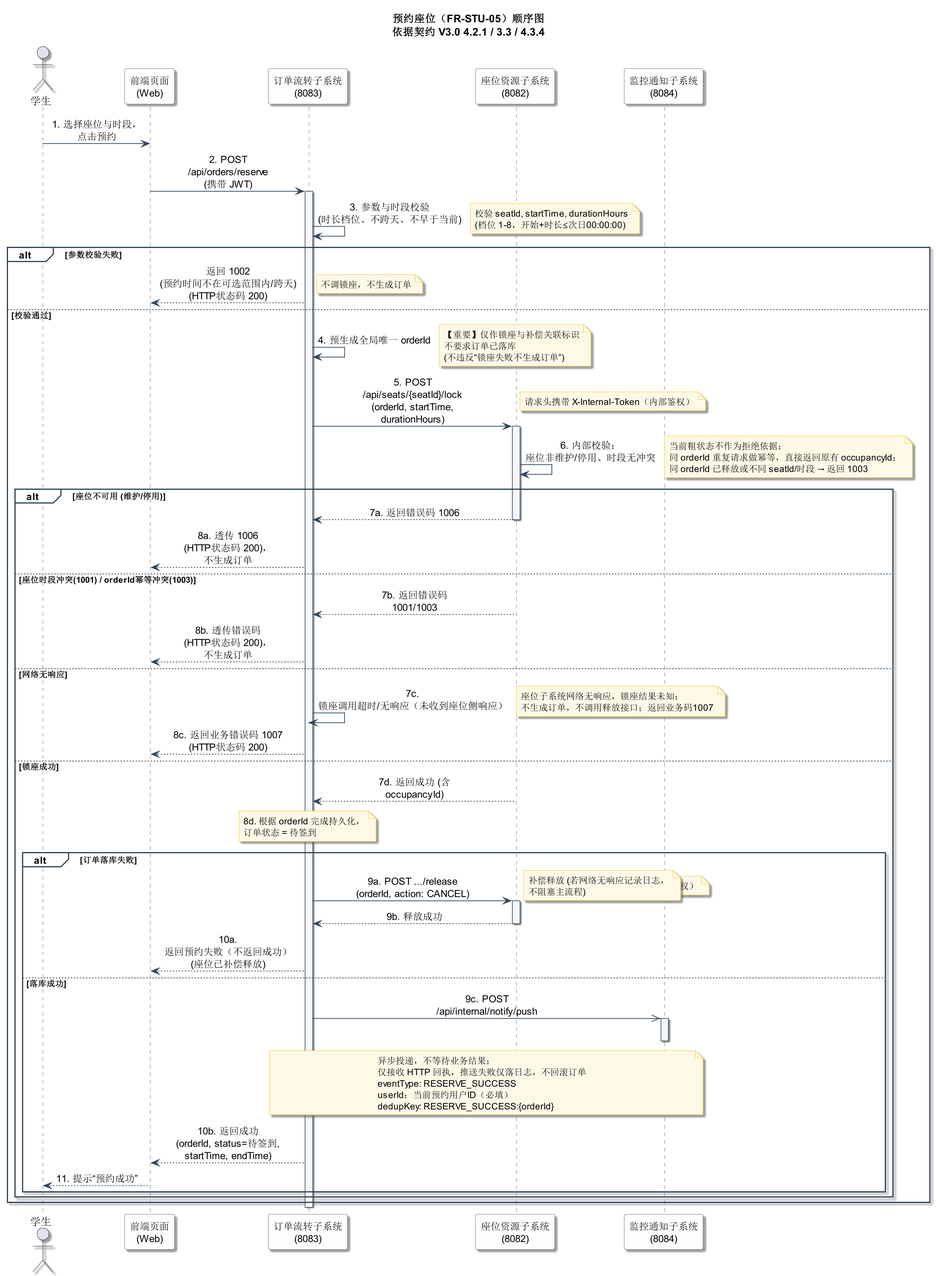
Earlier version of the PlantUML export 03_UML设计模型/校园自习室分布式预约管理系统_预约座位顺序图.png (wlmm123/campus-study-room-system).
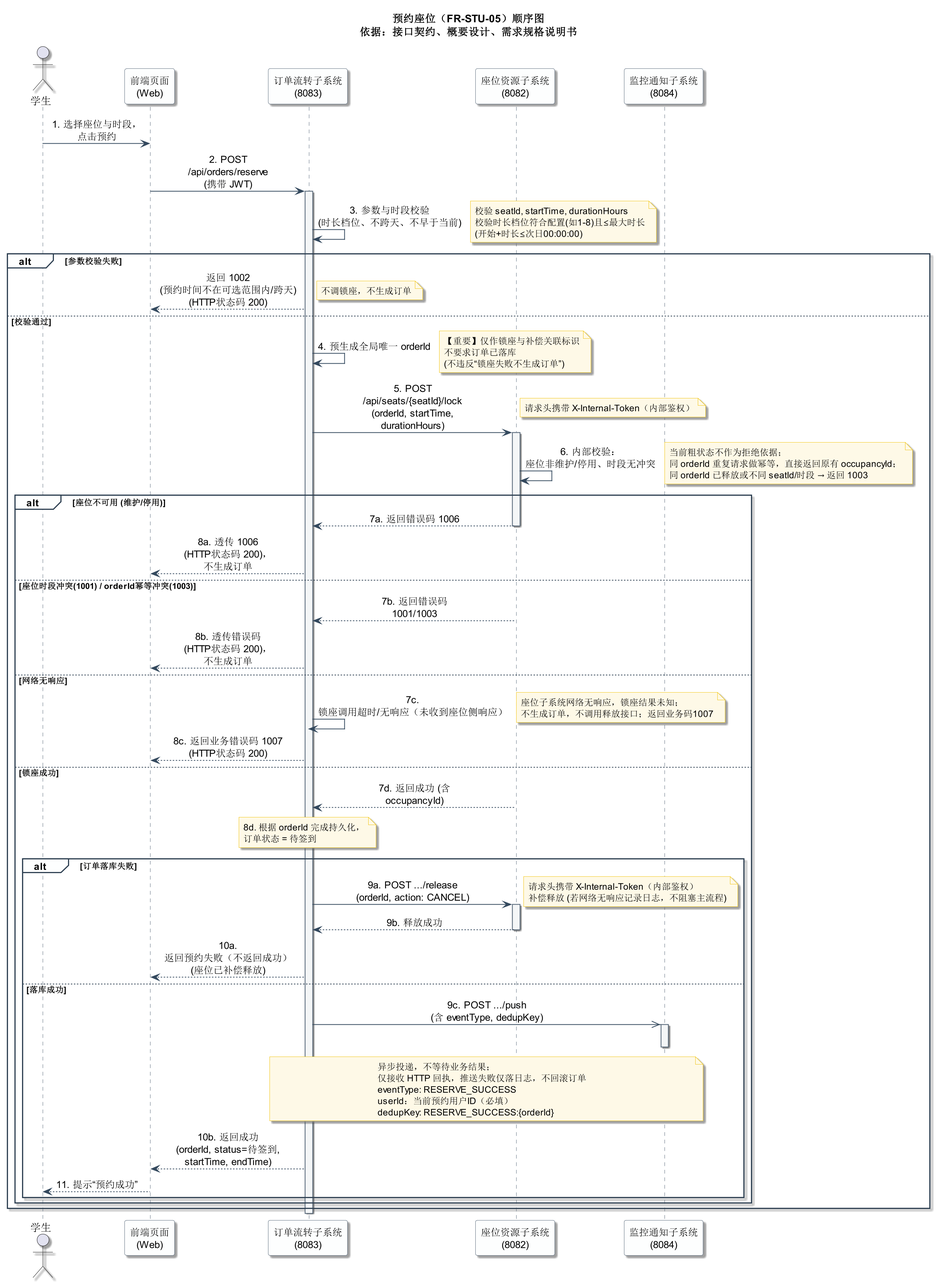
After the change.

Commit message:
成员3-预约顺序图 puml 源文件 + PNG 图片（2.0）

Diff of the diagram source:
```diff
@@ -24,7 +24,7 @@
     FontSize 12
 }
 
-title 预约座位（FR-STU-05）顺序图\n依据契约 V3.0 4.2.1 / 3.3 / 4.3.4
+title 预约座位（FR-STU-05）顺序图\n依据：接口契约、概要设计、需求规格说明书
 
 actor 学生 as Student
 participant "前端页面\n(Web)" as Frontend
@@ -37,7 +37,7 @@
 activate OrderSvc
 
 OrderSvc -> OrderSvc : 3. 参数与时段校验\n(时长档位、不跨天、不早于当前)
-note right: 校验 seatId, startTime, durationHours\n(档位 1-8，开始+时长≤次日00:00:00)
+note right: 校验 seatId, startTime, durationHours\n校验时长档位符合配置(如1-8)且≤最大时长\n(开始+时长≤次日00:00:00)
 
 alt 参数校验失败
     OrderSvc --> Frontend : 返回 1002 (预约时间不在可选范围内/跨天)\n(HTTP状态码 200)
@@ -90,15 +90,17 @@
 
         alt 订单落库失败
             OrderSvc -> SeatSvc : 9a. POST .../release\n(orderId, action: CANCEL)
-            note right: 请求头携带 X-Internal-Token（内部鉴权）
+            note right
+              请求头携带 X-Internal-Token（内部鉴权）
+              补偿释放 (若网络无响应记录日志，不阻塞主流程)
+            end note
             activate SeatSvc
-            note right: 补偿释放 (若网络无响应记录日志，\n不阻塞主流程)
             SeatSvc --> OrderSvc : 9b. 释放成功
             deactivate SeatSvc
             OrderSvc --> Frontend : 10a. 返回预约失败（不返回成功）\n(座位已补偿释放)
 
         else 落库成功
-            OrderSvc ->> NotifySvc : 9c. POST /api/internal/notify/push
+            OrderSvc ->> NotifySvc : 9c. POST .../push\n(含 eventType, dedupKey)
             activate NotifySvc
             note over OrderSvc, NotifySvc
               异步投递，不等待业务结果；
```
